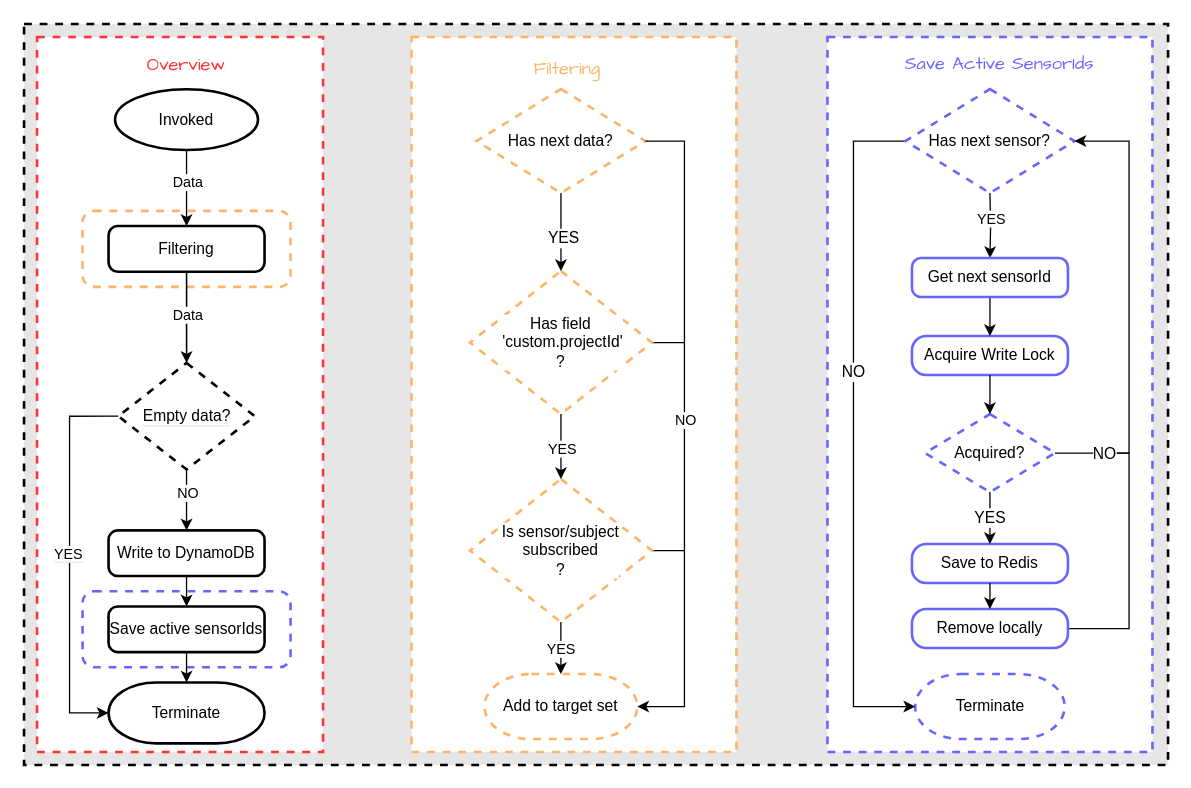
Above: Flow of Data Filter.drawio in cjay-xlc/draw.io (draw.io), before the change. Source tidied: cells renumbered, new cells numbered last; positions are measured from the earlier drawing's top-left corner, leaving out a move shared by most shapes. Both pictures are drawn from the tidied source at 130%, with x=0, y=0 at pixel (23, 23).
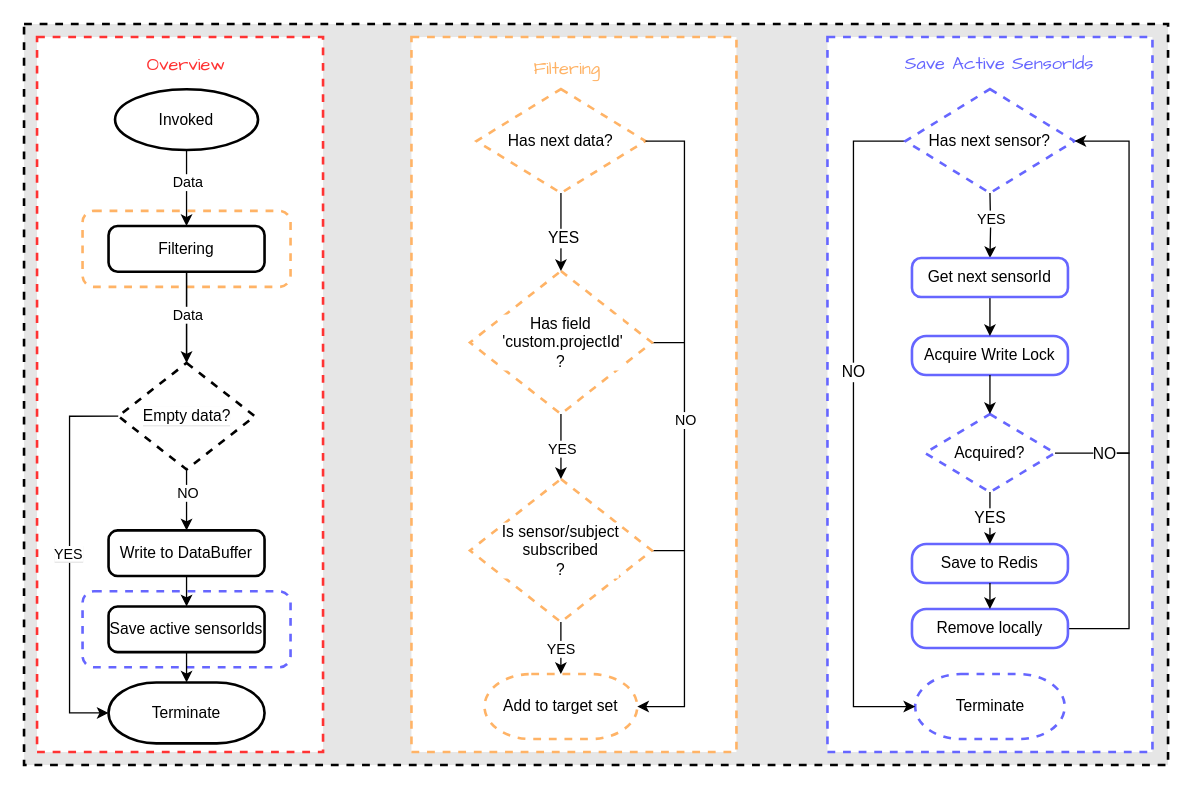
After the change.

The change refers to these unchanged cells:
```xml
<mxCell id="45" style="group;" parent="43" vertex="1">
  <mxGeometry x="25" y="6.7" width="170" height="536.6" as="geometry" />
</mxCell>
```

What changed in the source:
```diff
@@
-    <mxCell id="58" value="Write to DynamoDB" style="rounded=1;whiteSpace=wrap;html=1;absoluteArcSize=1;arcSize=14;strokeWidth=2;align=center;" parent="45" vertex="1">
+    <mxCell id="58" value="Write to DataBuffer" style="rounded=1;whiteSpace=wrap;html=1;absoluteArcSize=1;arcSize=14;strokeWidth=2;align=center;" parent="45" vertex="1">
       <mxGeometry x="30" y="372.8" width="120" height="35.1" as="geometry" />
     </mxCell>
```
